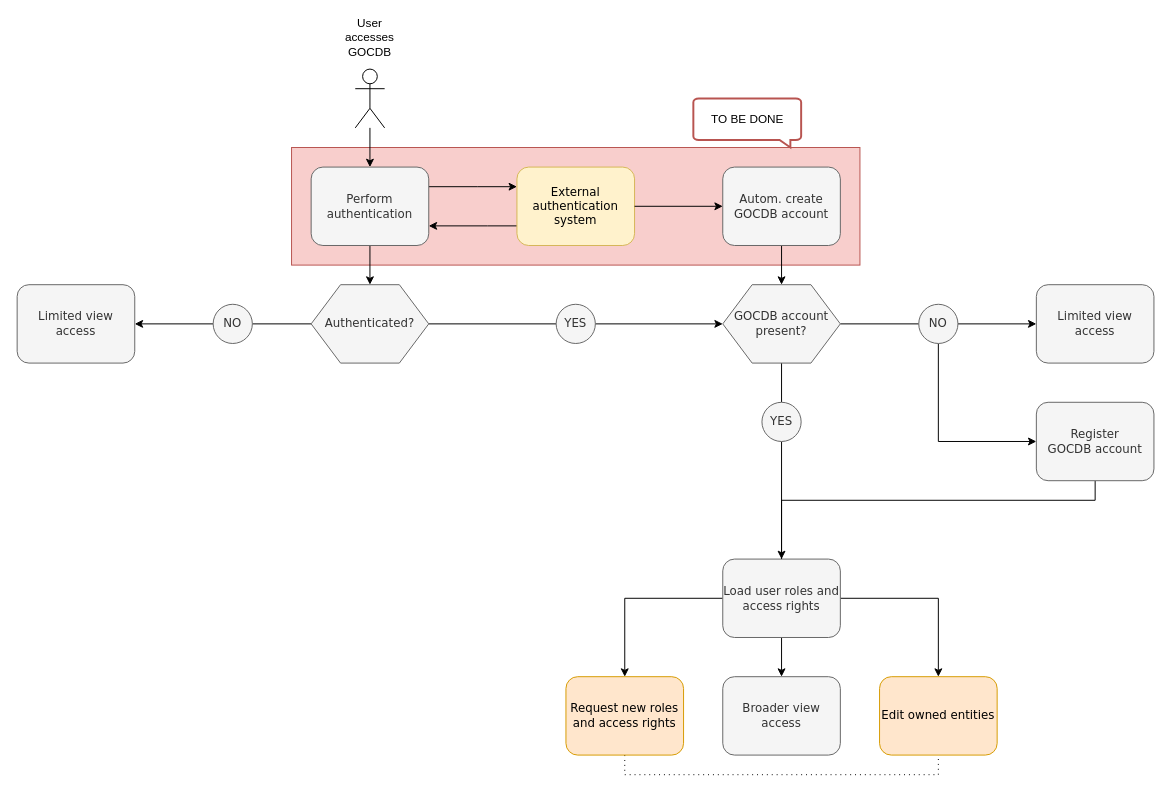
Above: docs/gocdb/gocdb_auth_flow.drawio in Daniel-WWU-IT/sciencemesh-wwu (draw.io), before the change. Source tidied: cells renumbered, new cells numbered last; positions are measured from the earlier drawing's top-left corner, leaving out a move shared by most shapes. Both pictures are drawn from the tidied source at 98%, with x=0, y=0 at pixel (17, 69).
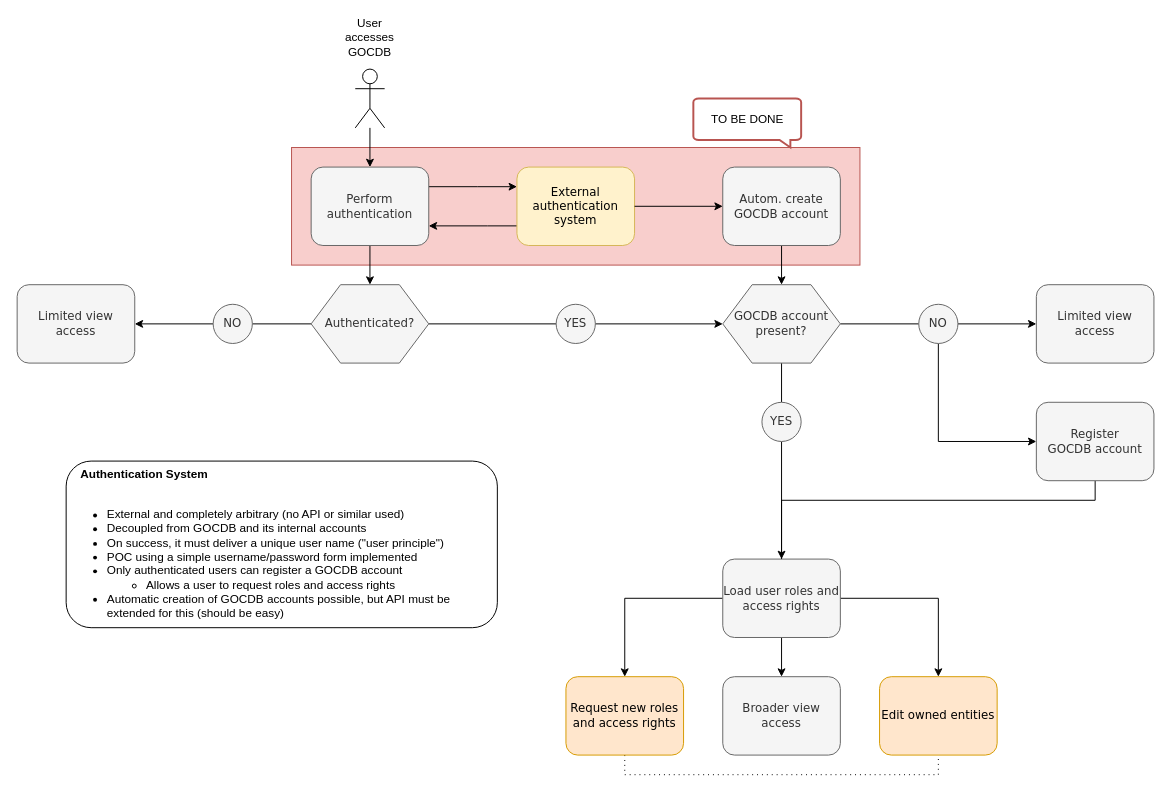
The same diagram, later.

Commit message (it also covers changes not shown here):
Add GOCDB auth. flow diagram

The edit, as a diff of the source:
```diff
@@
+    <mxCell id="41" value="&lt;b&gt;&amp;nbsp; &amp;nbsp; Authentication System&lt;/b&gt;&lt;br&gt;&lt;br&gt;&lt;ul&gt;&lt;li&gt;External and completely arbitrary (no API or similar used)&lt;/li&gt;&lt;li&gt;Decoupled from GOCDB and its internal accounts&lt;/li&gt;&lt;li&gt;On success, it must deliver a unique user name (&quot;user principle&quot;)&lt;/li&gt;&lt;li&gt;POC using a simple username/password form implemented&lt;/li&gt;&lt;li&gt;Only authenticated users can register a GOCDB account&lt;/li&gt;&lt;ul&gt;&lt;li&gt;Allows a user to request roles and access rights&lt;/li&gt;&lt;/ul&gt;&lt;li&gt;Automatic creation of GOCDB accounts possible, but API must be extended for this (should be easy)&lt;/li&gt;&lt;/ul&gt;" style="text;html=1;align=left;verticalAlign=top;whiteSpace=wrap;rounded=1;strokeColor=#000000;sketch=0;" parent="1" vertex="1">
+      <mxGeometry x="50" y="400" width="440" height="170" as="geometry" />
+    </mxCell>
```
